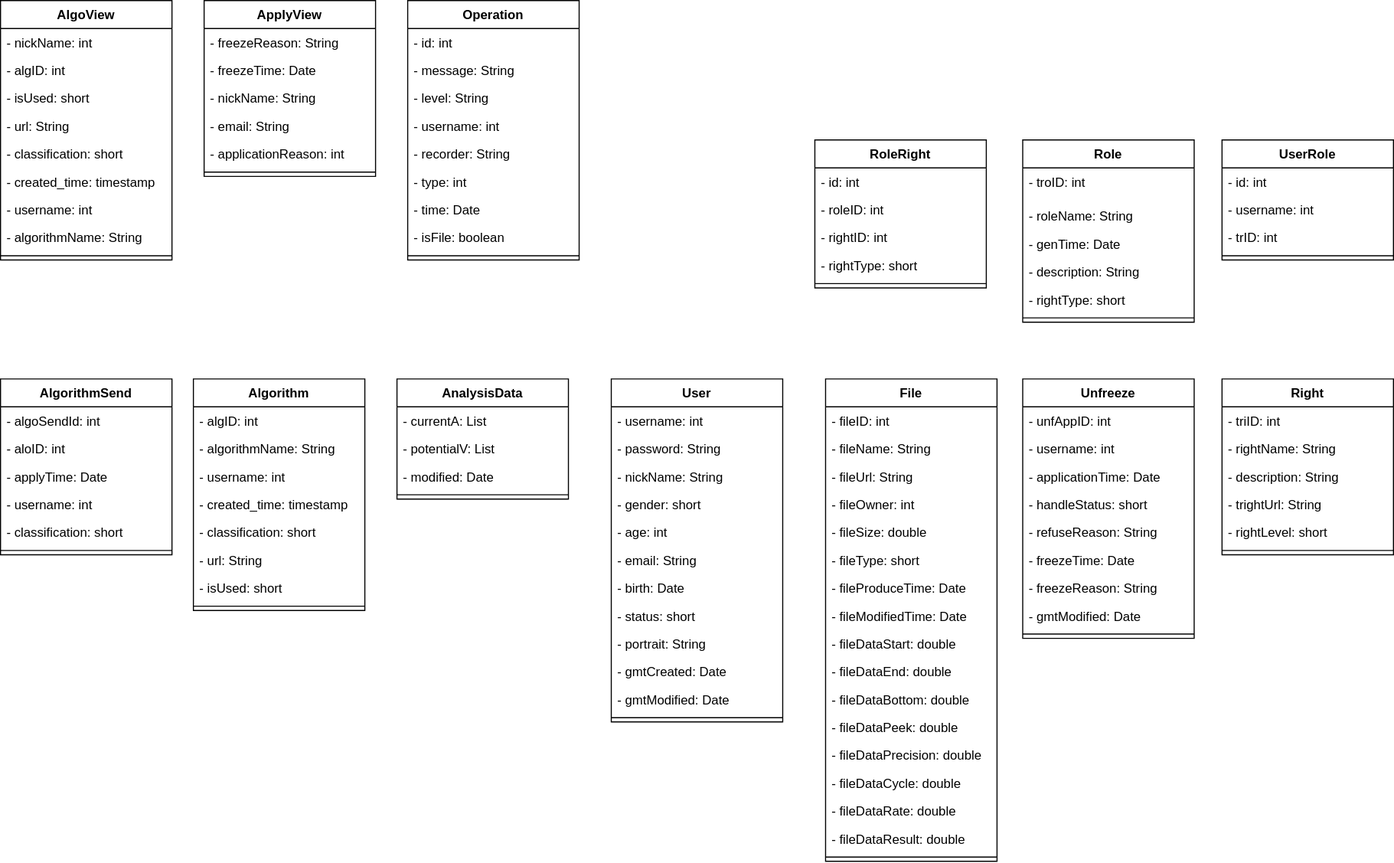
Before: entity.svg, a diagram exported from draw.io (JDsen99/UML). Source tidied: cells renumbered, new cells last; positions are measured from the earlier drawing's top-left corner, leaving out a move shared by most shapes.
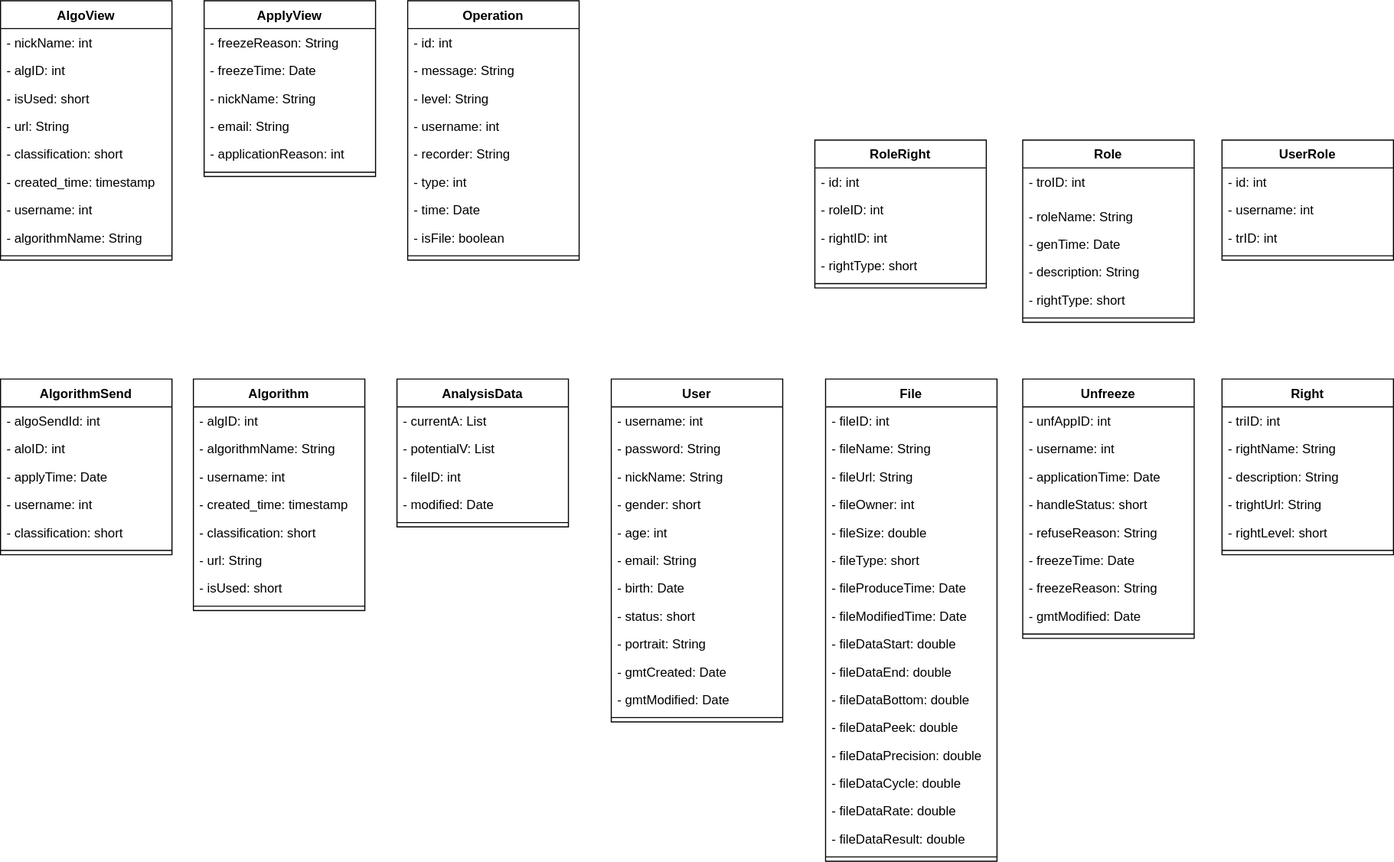
Above is the later version.

Change to the diagram source:
```diff
@@ -3,7 +3,7 @@
     <mxCell id="0" />
     <mxCell id="1" parent="0" />
     <mxCell id="2" value="AnalysisData" style="swimlane;fontStyle=1;align=center;verticalAlign=top;horizontal=1;startSize=26;rounded=0;shadow=0;glass=0;sketch=0;" parent="1" vertex="1">
-      <mxGeometry x="370" y="353" width="160" height="112" as="geometry" />
+      <mxGeometry x="370" y="353" width="160" height="138" as="geometry" />
     </mxCell>
     <mxCell id="3" value="- currentA: List" style="text;strokeColor=none;fillColor=none;align=left;verticalAlign=top;spacingLeft=4;spacingRight=4;overflow=hidden;" parent="2" vertex="1">
       <mxGeometry y="26" width="160" height="26" as="geometry" />
@@ -11,11 +11,14 @@
     <mxCell id="4" value="- potentialV: List" style="text;strokeColor=none;fillColor=none;align=left;verticalAlign=top;spacingLeft=4;spacingRight=4;overflow=hidden;" parent="2" vertex="1">
       <mxGeometry y="52" width="160" height="26" as="geometry" />
     </mxCell>
+    <mxCell id="116" value="- fileID: int" style="text;strokeColor=none;fillColor=none;align=left;verticalAlign=top;spacingLeft=4;spacingRight=4;overflow=hidden;" parent="2" vertex="1">
+      <mxGeometry y="78" width="160" height="26" as="geometry" />
+    </mxCell>
     <mxCell id="5" value="- modified: Date" style="text;strokeColor=none;fillColor=none;align=left;verticalAlign=top;spacingLeft=4;spacingRight=4;overflow=hidden;" parent="2" vertex="1">
-      <mxGeometry y="78" width="160" height="26" as="geometry" />
+      <mxGeometry y="104" width="160" height="26" as="geometry" />
     </mxCell>
     <mxCell id="6" style="line;strokeWidth=1;fillColor=none;align=left;verticalAlign=middle;spacingTop=-1;spacingLeft=3;spacingRight=3;labelPosition=right;" parent="2" vertex="1">
-      <mxGeometry y="104" width="160" height="8" as="geometry" />
+      <mxGeometry y="130" width="160" height="8" as="geometry" />
     </mxCell>
     <mxCell id="7" value="Algorithm" style="swimlane;fontStyle=1;align=center;verticalAlign=top;horizontal=1;startSize=26;rounded=0;shadow=0;glass=0;sketch=0;" parent="1" vertex="1">
       <mxGeometry x="180" y="353" width="160" height="216" as="geometry" />
```
